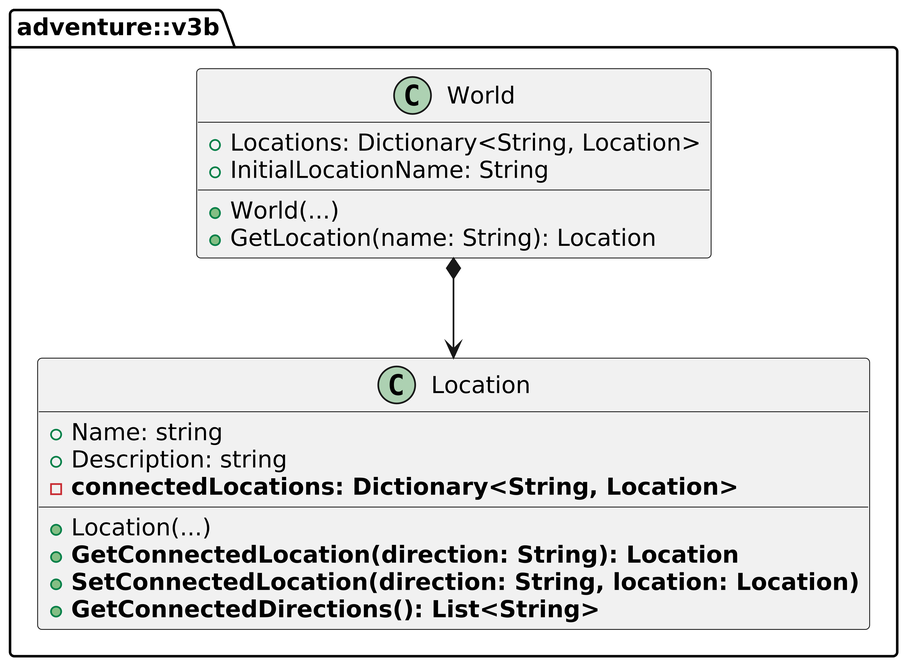
The PlantUML diagram Folien/Python/Completed/Woche 2/img/adventure-v3b-overview.png in Coding-Academy-Munich/csharp-clean-code-de, before a commit.
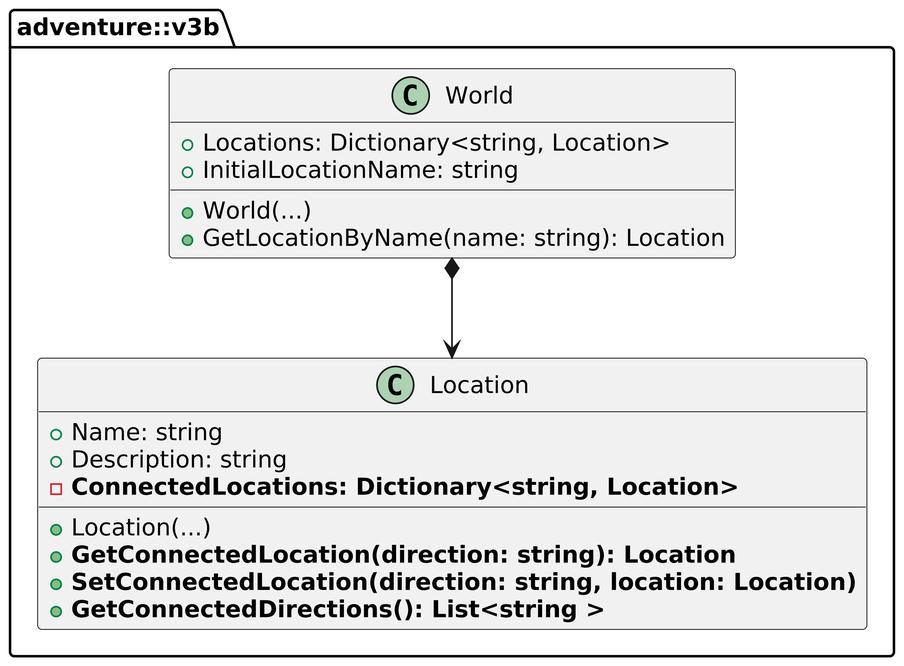
The same diagram one commit later.

Diff of the diagram source:
```diff
@@ -5,18 +5,18 @@
     class Location {
         +Name: string
         +Description: string
-        -<b>connectedLocations: Dictionary<String, Location></b>
+        -<b>ConnectedLocations: Dictionary<string, Location></b>
         +Location(...)
-        +<b>GetConnectedLocation(direction: String): Location</b>
-        +<b>SetConnectedLocation(direction: String, location: Location)</b>
-        +<b>GetConnectedDirections(): List<String></b>
+        +<b>GetConnectedLocation(direction: string): Location</b>
+        +<b>SetConnectedLocation(direction: string, location: Location)</b>
+        +<b>GetConnectedDirections(): List<string ></b>
     }
 
     class World {
-        +Locations: Dictionary<String, Location>
-        +InitialLocationName: String
+        +Locations: Dictionary<string, Location>
+        +InitialLocationName: string
         +World(...)
-        +GetLocation(name: String): Location
+        +GetLocationByName(name: string): Location
     }
 
     World *--> Location
```
